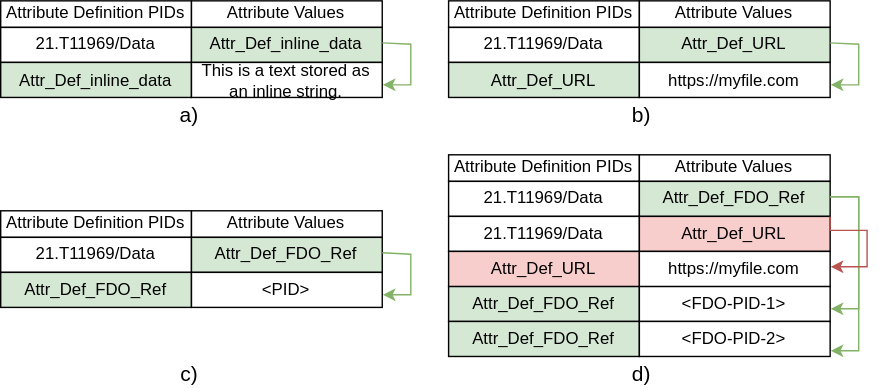
The draw.io diagram preview/dev/img/attribute-referencing-1.svg in maximiliani/fdo-architecture-spec, before a commit. Source tidied: cells renumbered, new cells last; positions are measured from the earlier drawing's top-left corner, leaving out a move shared by most shapes.
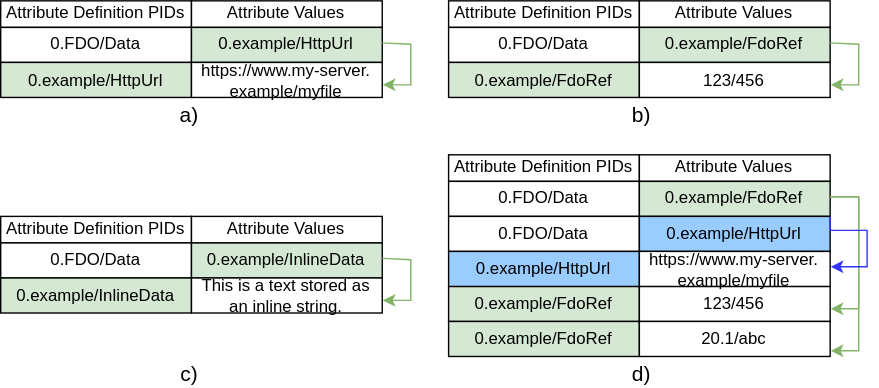
After the change.

Diff of the diagram source:
```diff
@@ -3,86 +3,86 @@
     <mxCell id="0" />
     <mxCell id="1" parent="0" />
     <mxCell id="2" value="Attribute Definition PIDs" style="rounded=0;whiteSpace=wrap;html=1;" parent="1" vertex="1">
-      <mxGeometry width="136.3" height="19" as="geometry" />
+      <mxGeometry y="154" width="136.3" height="19" as="geometry" />
     </mxCell>
     <mxCell id="3" value="Attribute Values" style="rounded=0;whiteSpace=wrap;html=1;" parent="1" vertex="1">
-      <mxGeometry x="136.3" width="136.3" height="19" as="geometry" />
+      <mxGeometry x="136.3" y="154" width="136.3" height="19" as="geometry" />
     </mxCell>
-    <mxCell id="4" value="21.T11969/Data" style="rounded=0;whiteSpace=wrap;html=1;fillColor=#FFFFFF;" parent="1" vertex="1">
-      <mxGeometry y="19" width="136.3" height="25" as="geometry" />
+    <mxCell id="4" value="0.FDO/Data" style="rounded=0;whiteSpace=wrap;html=1;fillColor=#FFFFFF;" parent="1" vertex="1">
+      <mxGeometry y="173" width="136.3" height="25" as="geometry" />
     </mxCell>
-    <mxCell id="5" value="Attr_Def_inline_data" style="rounded=0;whiteSpace=wrap;html=1;fillColor=#D5E8D4;" parent="1" vertex="1">
-      <mxGeometry x="136.3" y="19" width="136.3" height="25" as="geometry" />
+    <mxCell id="5" value="0.example/InlineData" style="rounded=0;whiteSpace=wrap;html=1;fillColor=#D5E8D4;" parent="1" vertex="1">
+      <mxGeometry x="136.3" y="173" width="136.3" height="25" as="geometry" />
     </mxCell>
-    <mxCell id="6" value="Attr_Def_inline_data" style="rounded=0;whiteSpace=wrap;html=1;fillColor=#D5E8D4;" parent="1" vertex="1">
-      <mxGeometry y="44" width="136.3" height="25" as="geometry" />
+    <mxCell id="6" value="0.example/InlineData" style="rounded=0;whiteSpace=wrap;html=1;fillColor=#D5E8D4;" parent="1" vertex="1">
+      <mxGeometry y="198" width="136.3" height="25" as="geometry" />
     </mxCell>
     <mxCell id="7" value="This is a text stored as an inline string." style="rounded=0;whiteSpace=wrap;html=1;fillColor=#FFFFFF;" parent="1" vertex="1">
-      <mxGeometry x="136.3" y="44" width="136.3" height="25" as="geometry" />
+      <mxGeometry x="136.3" y="198" width="136.3" height="25" as="geometry" />
     </mxCell>
     <mxCell id="8" style="edgeStyle=orthogonalEdgeStyle;rounded=0;orthogonalLoop=1;jettySize=auto;html=1;exitX=1;exitY=0.5;exitDx=0;exitDy=0;fillColor=#d5e8d4;strokeColor=#82b366;" parent="1" edge="1">
       <mxGeometry relative="1" as="geometry">
-        <mxPoint x="272.6" y="30" as="sourcePoint" />
-        <mxPoint x="273" y="60" as="targetPoint" />
+        <mxPoint x="272.6" y="184" as="sourcePoint" />
+        <mxPoint x="273" y="214" as="targetPoint" />
         <Array as="points">
-          <mxPoint x="293" y="31" />
-          <mxPoint x="293" y="60" />
+          <mxPoint x="293" y="185" />
+          <mxPoint x="293" y="214" />
         </Array>
       </mxGeometry>
     </mxCell>
     <mxCell id="9" value="Attribute Definition PIDs" style="rounded=0;whiteSpace=wrap;html=1;" parent="1" vertex="1">
-      <mxGeometry x="320" width="136.3" height="19" as="geometry" />
+      <mxGeometry width="136.3" height="19" as="geometry" />
     </mxCell>
     <mxCell id="10" value="Attribute Values" style="rounded=0;whiteSpace=wrap;html=1;" parent="1" vertex="1">
-      <mxGeometry x="456.3" width="136.3" height="19" as="geometry" />
+      <mxGeometry x="136.3" width="136.3" height="19" as="geometry" />
     </mxCell>
-    <mxCell id="11" value="21.T11969/Data" style="rounded=0;whiteSpace=wrap;html=1;fillColor=#FFFFFF;" parent="1" vertex="1">
-      <mxGeometry x="320" y="19" width="136.3" height="25" as="geometry" />
+    <mxCell id="11" value="0.FDO/Data" style="rounded=0;whiteSpace=wrap;html=1;fillColor=#FFFFFF;" parent="1" vertex="1">
+      <mxGeometry y="19" width="136.3" height="25" as="geometry" />
     </mxCell>
-    <mxCell id="12" value="Attr_Def_URL" style="rounded=0;whiteSpace=wrap;html=1;fillColor=#D5E8D4;" parent="1" vertex="1">
-      <mxGeometry x="456.3" y="19" width="136.3" height="25" as="geometry" />
+    <mxCell id="12" value="0.example/HttpUrl" style="rounded=0;whiteSpace=wrap;html=1;fillColor=#D5E8D4;" parent="1" vertex="1">
+      <mxGeometry x="136.3" y="19" width="136.3" height="25" as="geometry" />
     </mxCell>
-    <mxCell id="13" value="Attr_Def_URL" style="rounded=0;whiteSpace=wrap;html=1;fillColor=#D5E8D4;" parent="1" vertex="1">
-      <mxGeometry x="320" y="44" width="136.3" height="25" as="geometry" />
+    <mxCell id="13" value="0.example/HttpUrl" style="rounded=0;whiteSpace=wrap;html=1;fillColor=#D5E8D4;" parent="1" vertex="1">
+      <mxGeometry y="44" width="136.3" height="25" as="geometry" />
     </mxCell>
-    <mxCell id="14" value="https://myfile.com" style="rounded=0;whiteSpace=wrap;html=1;fillColor=#FFFFFF;" parent="1" vertex="1">
-      <mxGeometry x="456.3" y="44" width="136.3" height="25" as="geometry" />
+    <mxCell id="14" value="https://www.my-server. example/myfile" style="rounded=0;whiteSpace=wrap;html=1;fillColor=#FFFFFF;" parent="1" vertex="1">
+      <mxGeometry x="136.3" y="44" width="136.3" height="25" as="geometry" />
     </mxCell>
     <mxCell id="15" style="edgeStyle=orthogonalEdgeStyle;rounded=0;orthogonalLoop=1;jettySize=auto;html=1;exitX=1;exitY=0.5;exitDx=0;exitDy=0;fillColor=#d5e8d4;strokeColor=#82b366;" parent="1" edge="1">
       <mxGeometry relative="1" as="geometry">
-        <mxPoint x="592.6" y="30" as="sourcePoint" />
-        <mxPoint x="593" y="60" as="targetPoint" />
+        <mxPoint x="272.6" y="30" as="sourcePoint" />
+        <mxPoint x="273" y="60" as="targetPoint" />
         <Array as="points">
-          <mxPoint x="613" y="31" />
-          <mxPoint x="613" y="60" />
+          <mxPoint x="293" y="31" />
+          <mxPoint x="293" y="60" />
         </Array>
       </mxGeometry>
     </mxCell>
     <mxCell id="16" value="Attribute Definition PIDs" style="rounded=0;whiteSpace=wrap;html=1;" parent="1" vertex="1">
-      <mxGeometry y="150" width="136.3" height="19" as="geometry" />
+      <mxGeometry x="320" width="136.3" height="19" as="geometry" />
     </mxCell>
     <mxCell id="17" value="Attribute Values" style="rounded=0;whiteSpace=wrap;html=1;" parent="1" vertex="1">
-      <mxGeometry x="136.3" y="150" width="136.3" height="19" as="geometry" />
+      <mxGeometry x="456.3" width="136.3" height="19" as="geometry" />
     </mxCell>
-    <mxCell id="18" value="21.T11969/Data" style="rounded=0;whiteSpace=wrap;html=1;fillColor=#FFFFFF;" parent="1" vertex="1">
-      <mxGeometry y="169" width="136.3" height="25" as="geometry" />
+    <mxCell id="18" value="0.FDO/Data" style="rounded=0;whiteSpace=wrap;html=1;fillColor=#FFFFFF;" parent="1" vertex="1">
+      <mxGeometry x="320" y="19" width="136.3" height="25" as="geometry" />
     </mxCell>
-    <mxCell id="19" value="Attr_Def_FDO_Ref" style="rounded=0;whiteSpace=wrap;html=1;fillColor=#D5E8D4;" parent="1" vertex="1">
-      <mxGeometry x="136.3" y="169" width="136.3" height="25" as="geometry" />
+    <mxCell id="19" value="0.example/FdoRef" style="rounded=0;whiteSpace=wrap;html=1;fillColor=#D5E8D4;" parent="1" vertex="1">
+      <mxGeometry x="456.3" y="19" width="136.3" height="25" as="geometry" />
     </mxCell>
-    <mxCell id="20" value="Attr_Def_FDO_Ref" style="rounded=0;whiteSpace=wrap;html=1;fillColor=#D5E8D4;" parent="1" vertex="1">
-      <mxGeometry y="194" width="136.3" height="25" as="geometry" />
+    <mxCell id="20" value="0.example/FdoRef" style="rounded=0;whiteSpace=wrap;html=1;fillColor=#D5E8D4;" parent="1" vertex="1">
+      <mxGeometry x="320" y="44" width="136.3" height="25" as="geometry" />
     </mxCell>
-    <mxCell id="21" value="&amp;lt;PID&amp;gt;" style="rounded=0;whiteSpace=wrap;html=1;fillColor=#FFFFFF;" parent="1" vertex="1">
-      <mxGeometry x="136.3" y="194" width="136.3" height="25" as="geometry" />
+    <mxCell id="21" value="123/456" style="rounded=0;whiteSpace=wrap;html=1;fillColor=#FFFFFF;" parent="1" vertex="1">
+      <mxGeometry x="456.3" y="44" width="136.3" height="25" as="geometry" />
     </mxCell>
     <mxCell id="22" style="edgeStyle=orthogonalEdgeStyle;rounded=0;orthogonalLoop=1;jettySize=auto;html=1;exitX=1;exitY=0.5;exitDx=0;exitDy=0;fillColor=#d5e8d4;strokeColor=#82b366;" parent="1" edge="1">
       <mxGeometry relative="1" as="geometry">
-        <mxPoint x="272.6" y="180" as="sourcePoint" />
-        <mxPoint x="273" y="210" as="targetPoint" />
+        <mxPoint x="592.6" y="30" as="sourcePoint" />
+        <mxPoint x="593" y="60" as="targetPoint" />
         <Array as="points">
-          <mxPoint x="293" y="181" />
-          <mxPoint x="293" y="210" />
+          <mxPoint x="613" y="31" />
+          <mxPoint x="613" y="60" />
         </Array>
       </mxGeometry>
     </mxCell>
@@ -92,34 +92,34 @@
     <mxCell id="24" value="Attribute Values" style="rounded=0;whiteSpace=wrap;html=1;" parent="1" vertex="1">
       <mxGeometry x="456.3" y="110" width="136.3" height="19" as="geometry" />
     </mxCell>
-    <mxCell id="25" value="21.T11969/Data" style="rounded=0;whiteSpace=wrap;html=1;fillColor=#FFFFFF;" parent="1" vertex="1">
+    <mxCell id="25" value="0.FDO/Data" style="rounded=0;whiteSpace=wrap;html=1;fillColor=#FFFFFF;" parent="1" vertex="1">
       <mxGeometry x="320" y="129" width="136.3" height="25" as="geometry" />
     </mxCell>
-    <mxCell id="26" value="Attr_Def_FDO_Ref" style="rounded=0;whiteSpace=wrap;html=1;fillColor=#D5E8D4;" parent="1" vertex="1">
+    <mxCell id="26" value="0.example/FdoRef" style="rounded=0;whiteSpace=wrap;html=1;fillColor=#D5E8D4;" parent="1" vertex="1">
       <mxGeometry x="456.3" y="129" width="136.3" height="25" as="geometry" />
     </mxCell>
-    <mxCell id="27" value="Attr_Def_FDO_Ref" style="rounded=0;whiteSpace=wrap;html=1;fillColor=#D5E8D4;" parent="1" vertex="1">
+    <mxCell id="27" value="0.example/FdoRef" style="rounded=0;whiteSpace=wrap;html=1;fillColor=#D5E8D4;" parent="1" vertex="1">
       <mxGeometry x="320" y="204" width="136.3" height="25" as="geometry" />
     </mxCell>
-    <mxCell id="28" value="&amp;lt;FDO-PID-1&amp;gt;" style="rounded=0;whiteSpace=wrap;html=1;fillColor=#FFFFFF;" parent="1" vertex="1">
+    <mxCell id="28" value="123/456" style="rounded=0;whiteSpace=wrap;html=1;fillColor=#FFFFFF;" parent="1" vertex="1">
       <mxGeometry x="456.3" y="204" width="136.3" height="25" as="geometry" />
     </mxCell>
-    <mxCell id="29" value="21.T11969/Data" style="rounded=0;whiteSpace=wrap;html=1;fillColor=#FFFFFF;" parent="1" vertex="1">
+    <mxCell id="29" value="0.FDO/Data" style="rounded=0;whiteSpace=wrap;html=1;fillColor=#FFFFFF;" parent="1" vertex="1">
       <mxGeometry x="320" y="154" width="136.3" height="25" as="geometry" />
     </mxCell>
-    <mxCell id="30" value="Attr_Def_FDO_Ref" style="rounded=0;whiteSpace=wrap;html=1;fillColor=#D5E8D4;" parent="1" vertex="1">
+    <mxCell id="30" value="0.example/FdoRef" style="rounded=0;whiteSpace=wrap;html=1;fillColor=#D5E8D4;" parent="1" vertex="1">
       <mxGeometry x="320" y="229.1" width="136.3" height="25" as="geometry" />
     </mxCell>
-    <mxCell id="31" value="&amp;lt;FDO-PID-2&amp;gt;" style="rounded=0;whiteSpace=wrap;html=1;fillColor=#FFFFFF;" parent="1" vertex="1">
+    <mxCell id="31" value="20.1/abc" style="rounded=0;whiteSpace=wrap;html=1;fillColor=#FFFFFF;" parent="1" vertex="1">
       <mxGeometry x="456.3" y="229.1" width="136.3" height="25" as="geometry" />
     </mxCell>
-    <mxCell id="32" value="Attr_Def_URL" style="rounded=0;whiteSpace=wrap;html=1;fillColor=#F8CECC;" parent="1" vertex="1">
+    <mxCell id="32" value="0.example/HttpUrl" style="rounded=0;whiteSpace=wrap;html=1;fillColor=#99CCFF;" parent="1" vertex="1">
       <mxGeometry x="456.3" y="154" width="136.3" height="25" as="geometry" />
     </mxCell>
-    <mxCell id="33" value="Attr_Def_URL" style="rounded=0;whiteSpace=wrap;html=1;fillColor=#F8CECC;" parent="1" vertex="1">
+    <mxCell id="33" value="0.example/HttpUrl" style="rounded=0;whiteSpace=wrap;html=1;fillColor=#99CCFF;" parent="1" vertex="1">
       <mxGeometry x="320" y="179" width="136.3" height="25" as="geometry" />
     </mxCell>
-    <mxCell id="34" value="https://myfile.com" style="rounded=0;whiteSpace=wrap;html=1;fillColor=#FFFFFF;" parent="1" vertex="1">
+    <mxCell id="34" value="https://www.my-server. example/myfile" style="rounded=0;whiteSpace=wrap;html=1;fillColor=#FFFFFF;" parent="1" vertex="1">
       <mxGeometry x="456.3" y="179" width="136.3" height="25" as="geometry" />
     </mxCell>
     <mxCell id="35" style="edgeStyle=orthogonalEdgeStyle;rounded=0;orthogonalLoop=1;jettySize=auto;html=1;exitX=1;exitY=0.5;exitDx=0;exitDy=0;fillColor=#d5e8d4;strokeColor=#82b366;" parent="1" edge="1">
@@ -144,7 +144,7 @@
         </Array>
       </mxGeometry>
     </mxCell>
-    <mxCell id="37" style="edgeStyle=orthogonalEdgeStyle;rounded=0;orthogonalLoop=1;jettySize=auto;html=1;fillColor=#f8cecc;strokeColor=#b85450;" parent="1" edge="1">
+    <mxCell id="37" style="edgeStyle=orthogonalEdgeStyle;rounded=0;orthogonalLoop=1;jettySize=auto;html=1;fillColor=#f8cecc;strokeColor=#3333FF;" parent="1" edge="1">
       <mxGeometry relative="1" as="geometry">
         <mxPoint x="592.6" y="154" as="sourcePoint" />
         <mxPoint x="593" y="190" as="targetPoint" />
```
